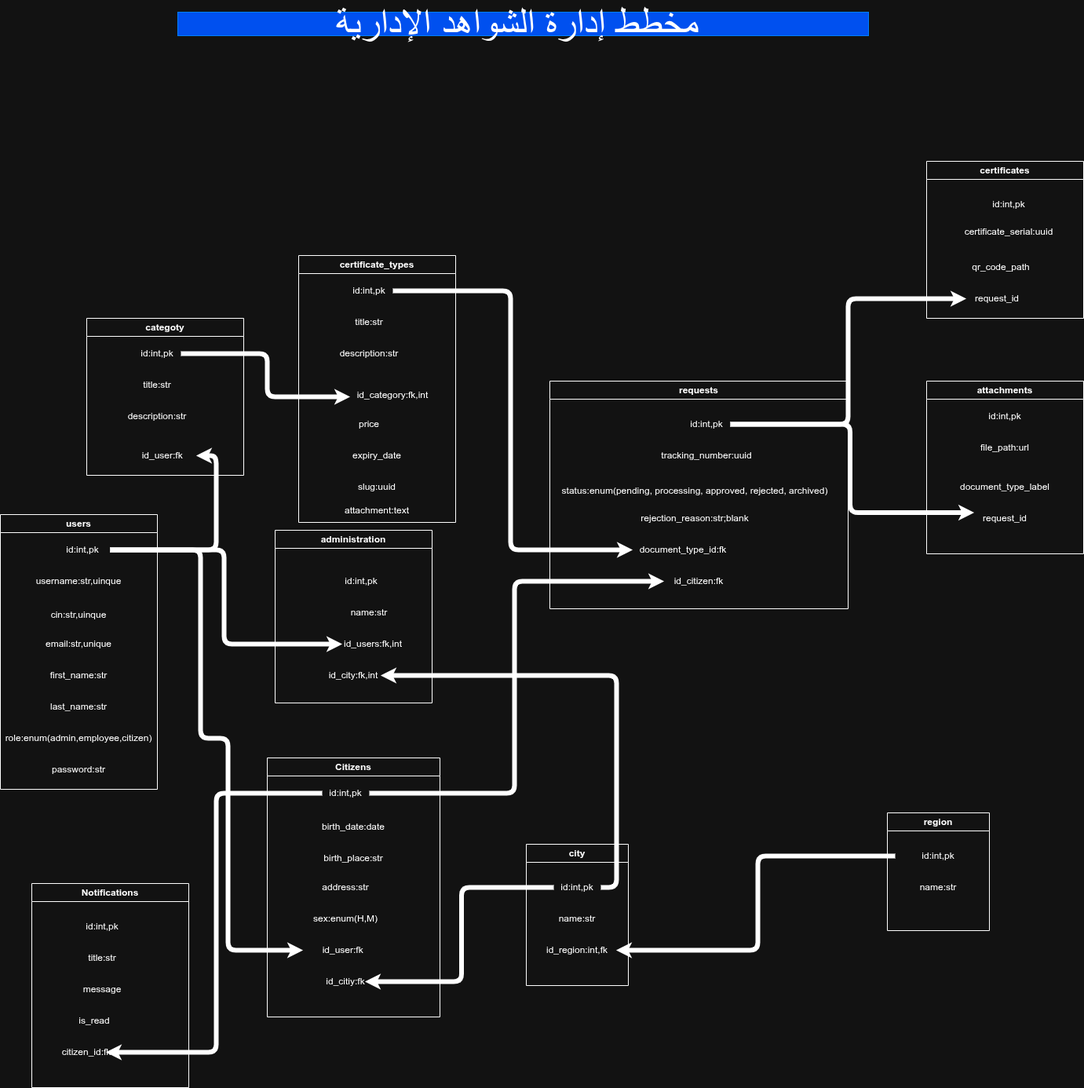
Above: certificate.drawio.png in zakariyae1889/SmartShahada (draw.io), before the change. Source tidied: cells renumbered, new cells last; positions are measured from the earlier drawing's top-left corner, leaving out a move shared by most shapes.
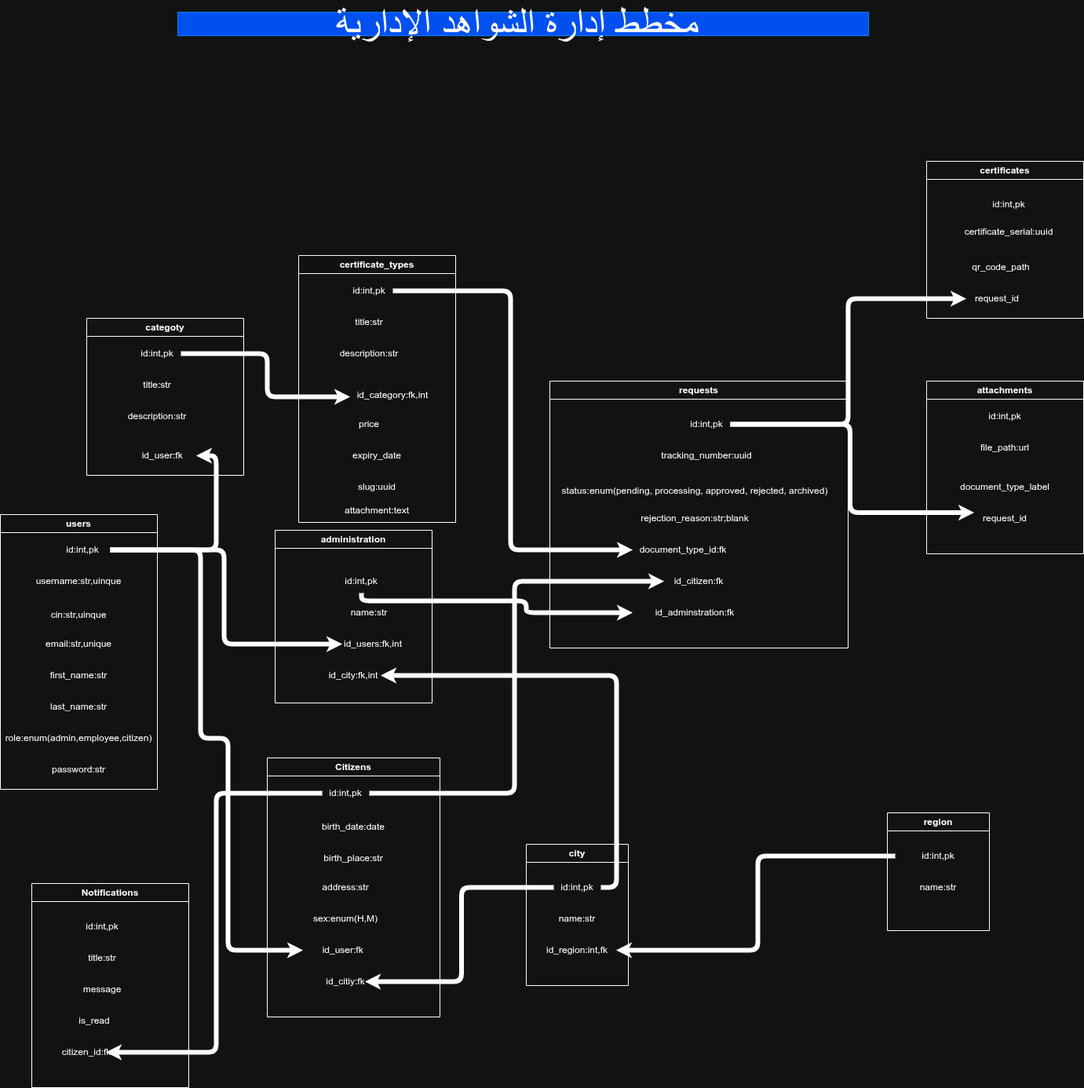
Later version of the same file.

Change to the diagram source:
```diff
@@ -88,7 +88,7 @@
       </mxGeometry>
     </mxCell>
     <mxCell id="28" value="requests" style="swimlane;whiteSpace=wrap;html=1;" parent="1" vertex="1">
-      <mxGeometry x="700" y="470" width="380" height="290" as="geometry" />
+      <mxGeometry x="700" y="470" width="380" height="340" as="geometry" />
     </mxCell>
     <mxCell id="29" value="id:int,pk" style="text;html=1;whiteSpace=wrap;strokeColor=none;fillColor=none;align=center;verticalAlign=middle;rounded=0;" parent="28" vertex="1">
       <mxGeometry x="170" y="40" width="60" height="30" as="geometry" />
@@ -108,6 +108,9 @@
     <mxCell id="34" value="document_type_id:fk" style="text;html=1;whiteSpace=wrap;strokeColor=none;fillColor=none;align=center;verticalAlign=middle;rounded=0;" parent="28" vertex="1">
       <mxGeometry x="100" y="200" width="140" height="30" as="geometry" />
     </mxCell>
+    <mxCell id="81" value="id_adminstration:fk" style="text;html=1;whiteSpace=wrap;strokeColor=none;fillColor=none;align=center;verticalAlign=middle;rounded=0;" parent="28" vertex="1">
+      <mxGeometry x="100" y="280" width="170" height="30" as="geometry" />
+    </mxCell>
     <mxCell id="35" style="edgeStyle=orthogonalEdgeStyle;rounded=1;jettySize=auto;html=1;entryX=0;entryY=0.5;entryDx=0;entryDy=0;shape=pipe;curved=0;" parent="1" edge="1" source="20" target="34">
       <mxGeometry relative="1" as="geometry" />
     </mxCell>
@@ -256,5 +259,14 @@
     <mxCell id="80" style="edgeStyle=orthogonalEdgeStyle;rounded=1;jettySize=auto;html=1;entryX=1;entryY=0.5;entryDx=0;entryDy=0;curved=0;shape=pipe;" parent="1" edge="1" source="5" target="78">
       <mxGeometry relative="1" as="geometry" />
     </mxCell>
+    <mxCell id="82" style="edgeStyle=orthogonalEdgeStyle;rounded=1;jettySize=auto;html=1;entryX=0;entryY=0.5;entryDx=0;entryDy=0;shape=pipe;curved=0;" parent="1" edge="1" source="61" target="81">
+      <mxGeometry relative="1" as="geometry">
+        <Array as="points">
+          <mxPoint x="460" y="750" />
+          <mxPoint x="670" y="750" />
+          <mxPoint x="670" y="765" />
+        </Array>
+      </mxGeometry>
+    </mxCell>
   </root>
 </mxGraphModel>
```
